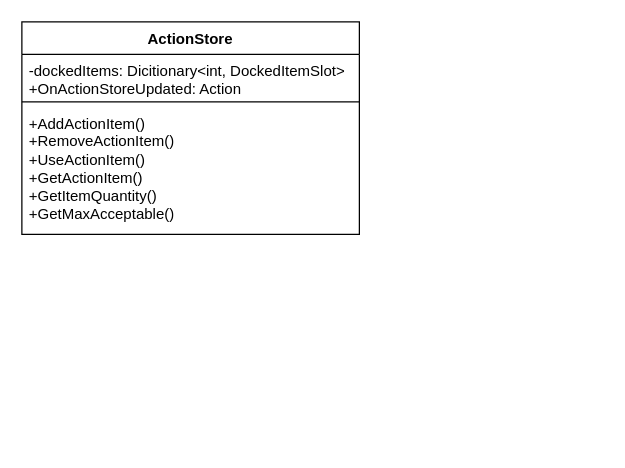
This is page "Action system" (2 of 2) of GreenAcademyProject.drawio from KTFox/FoxAdventure, a draw.io file, before an edit. Source tidied: cells renumbered, new cells numbered last; positions are measured from the earlier drawing's top-left corner, leaving out a move shared by most shapes. Both pictures are drawn from the tidied source at 125%, with x=0, y=0 at pixel (21, 21).
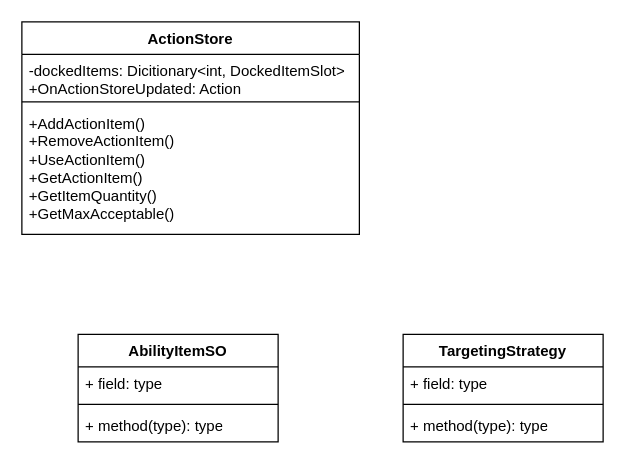
The same diagram, later.

What changed in the source:
```diff
@@
 <mxGraphModel>
   <root>
     <mxCell id="0" />
     <mxCell id="1" parent="0" />
     <mxCell id="2" value="ActionStore" style="swimlane;fontStyle=1;align=center;verticalAlign=top;horizontal=1;startSize=26;whiteSpace=wrap;html=1;" parent="1" vertex="1">
       <mxGeometry width="270" height="170" as="geometry" />
     </mxCell>
     <mxCell id="3" value="-dockedItems: Dicitionary&amp;lt;int, DockedItemSlot&amp;gt;&lt;br&gt;+OnActionStoreUpdated: Action" style="text;strokeColor=none;fillColor=none;align=left;verticalAlign=top;spacingLeft=4;spacingRight=4;overflow=hidden;whiteSpace=wrap;html=1;" parent="2" vertex="1">
       <mxGeometry y="26" width="270" height="34" as="geometry" />
     </mxCell>
     <mxCell id="4" style="line;strokeWidth=1;fillColor=none;align=left;verticalAlign=middle;spacingTop=-1;spacingLeft=3;spacingRight=3;labelPosition=right;strokeColor=inherit;" parent="2" vertex="1">
       <mxGeometry y="60" width="270" height="8" as="geometry" />
     </mxCell>
     <mxCell id="5" value="+AddActionItem()&lt;br&gt;+RemoveActionItem()&lt;br&gt;+UseActionItem()&lt;br&gt;+GetActionItem()&lt;br&gt;+GetItemQuantity()&lt;br&gt;+GetMaxAcceptable()" style="text;strokeColor=none;fillColor=none;align=left;verticalAlign=top;spacingLeft=4;spacingRight=4;overflow=hidden;whiteSpace=wrap;html=1;" parent="2" vertex="1">
       <mxGeometry y="68" width="270" height="102" as="geometry" />
     </mxCell>
+    <mxCell id="6" value="AbilityItemSO" style="swimlane;fontStyle=1;align=center;verticalAlign=top;horizontal=1;startSize=26;whiteSpace=wrap;html=1;" parent="1" vertex="1">
+      <mxGeometry x="45" y="250" width="160" height="86" as="geometry" />
+    </mxCell>
+    <mxCell id="7" value="+ field: type" style="text;strokeColor=none;fillColor=none;align=left;verticalAlign=top;spacingLeft=4;spacingRight=4;overflow=hidden;whiteSpace=wrap;html=1;" parent="6" vertex="1">
+      <mxGeometry y="26" width="160" height="26" as="geometry" />
+    </mxCell>
+    <mxCell id="8" style="line;strokeWidth=1;fillColor=none;align=left;verticalAlign=middle;spacingTop=-1;spacingLeft=3;spacingRight=3;labelPosition=right;strokeColor=inherit;" parent="6" vertex="1">
+      <mxGeometry y="52" width="160" height="8" as="geometry" />
+    </mxCell>
+    <mxCell id="9" value="+ method(type): type" style="text;strokeColor=none;fillColor=none;align=left;verticalAlign=top;spacingLeft=4;spacingRight=4;overflow=hidden;whiteSpace=wrap;html=1;" parent="6" vertex="1">
+      <mxGeometry y="60" width="160" height="26" as="geometry" />
+    </mxCell>
+    <mxCell id="10" value="TargetingStrategy" style="swimlane;fontStyle=1;align=center;verticalAlign=top;horizontal=1;startSize=26;whiteSpace=wrap;html=1;" parent="1" vertex="1">
+      <mxGeometry x="305" y="250" width="160" height="86" as="geometry" />
+    </mxCell>
+    <mxCell id="11" value="+ field: type" style="text;strokeColor=none;fillColor=none;align=left;verticalAlign=top;spacingLeft=4;spacingRight=4;overflow=hidden;whiteSpace=wrap;html=1;" parent="10" vertex="1">
+      <mxGeometry y="26" width="160" height="26" as="geometry" />
+    </mxCell>
+    <mxCell id="12" style="line;strokeWidth=1;fillColor=none;align=left;verticalAlign=middle;spacingTop=-1;spacingLeft=3;spacingRight=3;labelPosition=right;strokeColor=inherit;" parent="10" vertex="1">
+      <mxGeometry y="52" width="160" height="8" as="geometry" />
+    </mxCell>
+    <mxCell id="13" value="+ method(type): type" style="text;strokeColor=none;fillColor=none;align=left;verticalAlign=top;spacingLeft=4;spacingRight=4;overflow=hidden;whiteSpace=wrap;html=1;" parent="10" vertex="1">
+      <mxGeometry y="60" width="160" height="26" as="geometry" />
+    </mxCell>
   </root>
 </mxGraphModel>
```
